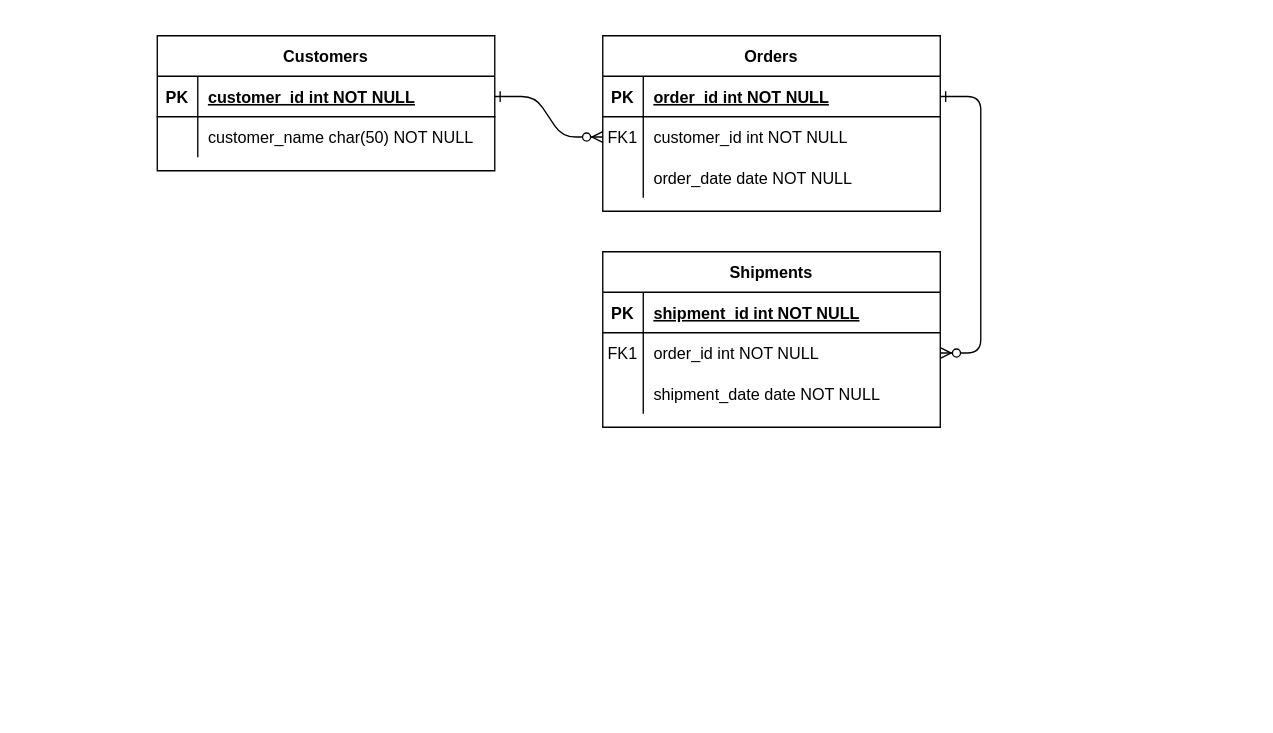
This is DiagramaER.drawio from Cesarflores123/AppCelex, a draw.io file, before an edit. Source tidied: cells renumbered, new cells numbered last; positions are measured from the earlier drawing's top-left corner, leaving out a move shared by most shapes. Both pictures are drawn from the tidied source at 135%, with x=0, y=0 at pixel (157, 35).
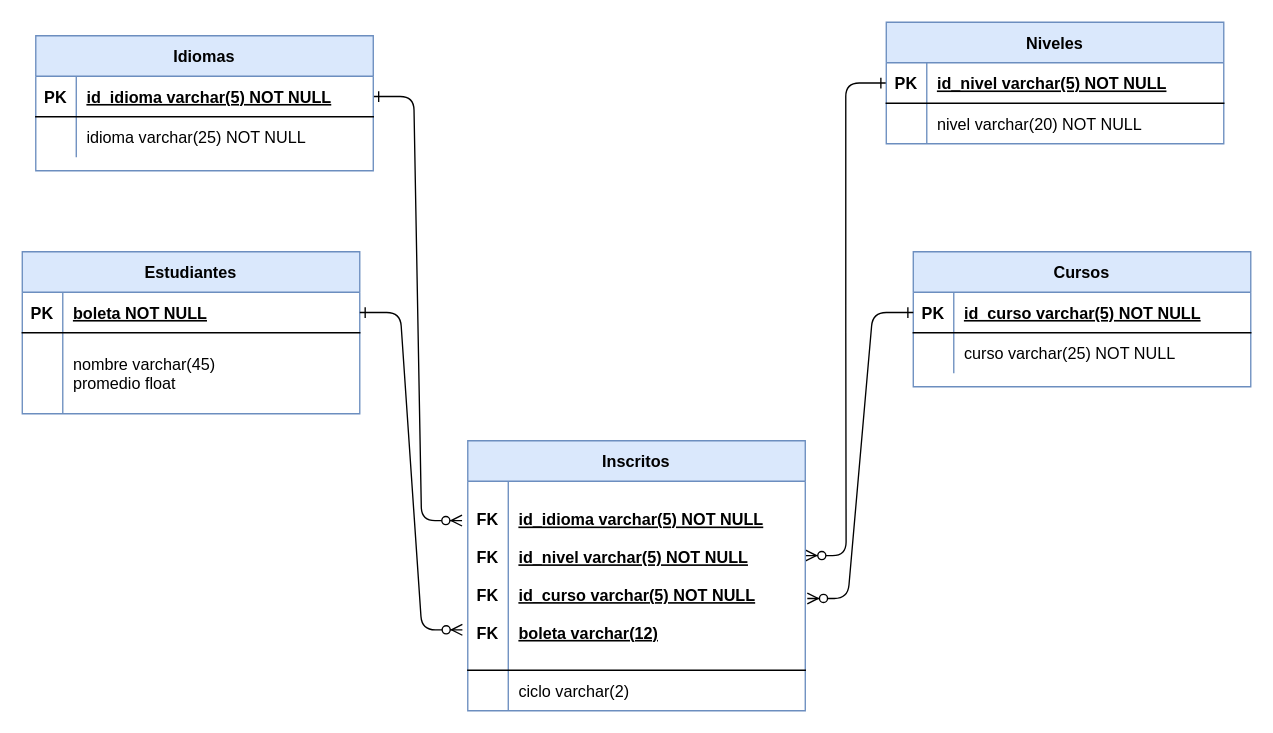
Above is the later version.

Unchanged cells that the change refers to:
```xml
<mxCell id="5" style="shape=partialRectangle;fillColor=none;points=[[0,0.5],[1,0.5]];portConstraint=eastwest;top=0;left=0;right=0;bottom=1;" parent="4" vertex="1">
  <mxGeometry y="30" width="250" height="30" as="geometry" />
</mxCell>
<mxCell id="8" style="shape=partialRectangle;fillColor=none;points=[[0,0.5],[1,0.5]];portConstraint=eastwest;top=0;left=0;right=0;bottom=0;" parent="4" vertex="1">
  <mxGeometry y="60" width="250" height="30" as="geometry" />
</mxCell>
<mxCell id="15" style="shape=partialRectangle;fillColor=none;points=[[0,0.5],[1,0.5]];portConstraint=eastwest;top=0;left=0;right=0;bottom=1;" parent="14" vertex="1">
  <mxGeometry y="30" width="250" height="30" as="geometry" />
</mxCell>
<mxCell id="25" style="shape=partialRectangle;fillColor=none;points=[[0,0.5],[1,0.5]];portConstraint=eastwest;top=0;left=0;right=0;bottom=1;" parent="24" vertex="1">
  <mxGeometry y="30" width="250" height="30" as="geometry" />
</mxCell>
<mxCell id="28" style="shape=partialRectangle;fillColor=none;top=0;left=0;right=0;bottom=0;" parent="24" vertex="1">
  <mxGeometry y="60" width="250" height="30" as="geometry" />
</mxCell>
```

What changed in the source:
```diff
@@
-    <mxCell id="2" style="edgeStyle=entityRelationEdgeStyle;endArrow=ERzeroToMany;startArrow=ERone;endFill=1;startFill=0;" parent="1" edge="1" source="25" target="8">
-      <mxGeometry relative="1" as="geometry" />
+    <mxCell id="2" style="edgeStyle=entityRelationEdgeStyle;endArrow=ERzeroToMany;startArrow=ERone;endFill=1;startFill=0;entryX=-0.017;entryY=0.208;entryDx=0;entryDy=0;entryPerimeter=0;" parent="1" edge="1" source="25" target="39">
+      <mxGeometry relative="1" as="geometry">
+        <Array as="points">
+          <mxPoint x="210" y="60" />
+          <mxPoint x="230" y="130" />
+          <mxPoint x="250" y="70" />
+          <mxPoint x="290" y="110" />
+          <mxPoint x="210" y="280" />
+        </Array>
+      </mxGeometry>
     </mxCell>
-    <mxCell id="3" style="edgeStyle=entityRelationEdgeStyle;endArrow=ERzeroToMany;startArrow=ERone;endFill=1;startFill=0;" parent="1" edge="1" source="5" target="18">
-      <mxGeometry relative="1" as="geometry" />
+    <mxCell id="3" style="edgeStyle=entityRelationEdgeStyle;endArrow=ERzeroToMany;startArrow=ERone;endFill=1;startFill=0;entryX=1.001;entryY=0.393;entryDx=0;entryDy=0;entryPerimeter=0;exitX=0;exitY=0.5;exitDx=0;exitDy=0;" parent="1" edge="1" source="5" target="39">
+      <mxGeometry relative="1" as="geometry">
+        <Array as="points">
+          <mxPoint x="420" y="140" />
+        </Array>
+      </mxGeometry>
     </mxCell>
-    <mxCell id="4" value="Orders" style="shape=table;startSize=30;childLayout=tableLayout;rowLines=0;fontStyle=1;align=center;" parent="1" vertex="1">
-      <mxGeometry x="330" width="250" height="130" as="geometry" />
+    <mxCell id="4" value="Niveles" style="shape=table;startSize=30;childLayout=tableLayout;rowLines=0;fontStyle=1;align=center;fillColor=#dae8fc;strokeColor=#6c8ebf;" parent="1" vertex="1">
+      <mxGeometry x="540" y="-10" width="250" height="90" as="geometry" />
     </mxCell>
@@
-    <mxCell id="7" value="order_id int NOT NULL " style="shape=partialRectangle;overflow=hidden;fillColor=none;top=0;left=0;bottom=0;right=0;align=left;spacingLeft=6;fontStyle=5;" parent="5" vertex="1">
+    <mxCell id="7" value="id_nivel varchar(5) NOT NULL " style="shape=partialRectangle;overflow=hidden;fillColor=none;top=0;left=0;bottom=0;right=0;align=left;spacingLeft=6;fontStyle=5;" parent="5" vertex="1">
       <mxGeometry x="30" width="220" height="30" as="geometry" />
     </mxCell>
@@
-    <mxCell id="9" value="FK1" style="shape=partialRectangle;overflow=hidden;fillColor=none;top=0;left=0;bottom=0;right=0;" parent="8" vertex="1">
+    <mxCell id="9" style="shape=partialRectangle;overflow=hidden;fillColor=none;top=0;left=0;bottom=0;right=0;" parent="8" vertex="1">
       <mxGeometry width="30" height="30" as="geometry" />
     </mxCell>
-    <mxCell id="10" value="customer_id int NOT NULL" style="shape=partialRectangle;overflow=hidden;fillColor=none;top=0;left=0;bottom=0;right=0;align=left;spacingLeft=6;" parent="8" vertex="1">
+    <mxCell id="10" value="nivel varchar(20) NOT NULL" style="shape=partialRectangle;overflow=hidden;fillColor=none;top=0;left=0;bottom=0;right=0;align=left;spacingLeft=6;" parent="8" vertex="1">
       <mxGeometry x="30" width="220" height="30" as="geometry" />
     </mxCell>
-    <mxCell id="11" style="shape=partialRectangle;fillColor=none;top=0;left=0;right=0;bottom=0;" parent="4" vertex="1">
-      <mxGeometry y="90" width="250" height="30" as="geometry" />
-    </mxCell>
-    <mxCell id="12" style="shape=partialRectangle;overflow=hidden;fillColor=none;top=0;left=0;bottom=0;right=0;" parent="11" vertex="1">
-      <mxGeometry width="30" height="30" as="geometry" />
-    </mxCell>
-    <mxCell id="13" value="order_date date NOT NULL" style="shape=partialRectangle;overflow=hidden;fillColor=none;top=0;left=0;bottom=0;right=0;align=left;spacingLeft=6;" parent="11" vertex="1">
-      <mxGeometry x="30" width="220" height="30" as="geometry" />
-    </mxCell>
-    <mxCell id="14" value="Shipments" style="shape=table;startSize=30;childLayout=tableLayout;rowLines=0;fontStyle=1;align=center;" parent="1" vertex="1">
-      <mxGeometry x="330" y="160" width="250" height="130" as="geometry" />
+    <mxCell id="14" value="Cursos" style="shape=table;startSize=30;childLayout=tableLayout;rowLines=0;fontStyle=1;align=center;fillColor=#dae8fc;strokeColor=#6c8ebf;" parent="1" vertex="1">
+      <mxGeometry x="560" y="160" width="250" height="100" as="geometry" />
     </mxCell>
@@
-    <mxCell id="17" value="shipment_id int NOT NULL " style="shape=partialRectangle;overflow=hidden;fillColor=none;top=0;left=0;bottom=0;right=0;align=left;spacingLeft=6;fontStyle=5;" parent="15" vertex="1">
+    <mxCell id="17" value="id_curso varchar(5) NOT NULL" style="shape=partialRectangle;overflow=hidden;fillColor=none;top=0;left=0;bottom=0;right=0;align=left;spacingLeft=6;fontStyle=5;" parent="15" vertex="1">
       <mxGeometry x="30" width="220" height="30" as="geometry" />
     </mxCell>
-    <mxCell id="18" style="shape=partialRectangle;fillColor=none;points=[[0,0.5],[1,0.5]];portConstraint=eastwest;top=0;left=0;right=0;bottom=0;" parent="14" vertex="1">
-      <mxGeometry y="60" width="250" height="30" as="geometry" />
-    </mxCell>
-    <mxCell id="19" value="FK1" style="shape=partialRectangle;overflow=hidden;fillColor=none;top=0;left=0;bottom=0;right=0;" parent="18" vertex="1">
-      <mxGeometry width="30" height="30" as="geometry" />
-    </mxCell>
-    <mxCell id="20" value="order_id int NOT NULL" style="shape=partialRectangle;overflow=hidden;fillColor=none;top=0;left=0;bottom=0;right=0;align=left;spacingLeft=6;" parent="18" vertex="1">
-      <mxGeometry x="30" width="220" height="30" as="geometry" />
-    </mxCell>
     <mxCell id="21" style="shape=partialRectangle;fillColor=none;top=0;left=0;right=0;bottom=0;" parent="14" vertex="1">
-      <mxGeometry y="90" width="250" height="30" as="geometry" />
+      <mxGeometry y="60" width="250" height="30" as="geometry" />
     </mxCell>
@@
-    <mxCell id="23" value="shipment_date date NOT NULL" style="shape=partialRectangle;overflow=hidden;fillColor=none;top=0;left=0;bottom=0;right=0;align=left;spacingLeft=6;" parent="21" vertex="1">
+    <mxCell id="23" value="curso varchar(25) NOT NULL" style="shape=partialRectangle;overflow=hidden;fillColor=none;top=0;left=0;bottom=0;right=0;align=left;spacingLeft=6;" parent="21" vertex="1">
       <mxGeometry x="30" width="220" height="30" as="geometry" />
     </mxCell>
-    <mxCell id="24" value="Customers" style="shape=table;startSize=30;childLayout=tableLayout;rowLines=0;fontStyle=1;align=center;" parent="1" vertex="1">
-      <mxGeometry width="250" height="100" as="geometry" />
+    <mxCell id="24" value="Idiomas" style="shape=table;startSize=30;childLayout=tableLayout;rowLines=0;fontStyle=1;align=center;fillColor=#dae8fc;strokeColor=#6c8ebf;" parent="1" vertex="1">
+      <mxGeometry x="-90" width="250" height="100" as="geometry" />
     </mxCell>
@@
-    <mxCell id="27" value="customer_id int NOT NULL " style="shape=partialRectangle;overflow=hidden;fillColor=none;top=0;left=0;bottom=0;right=0;align=left;spacingLeft=6;fontStyle=5;" parent="25" vertex="1">
+    <mxCell id="27" value="id_idioma varchar(5) NOT NULL" style="shape=partialRectangle;overflow=hidden;fillColor=none;top=0;left=0;bottom=0;right=0;align=left;spacingLeft=6;fontStyle=5;" parent="25" vertex="1">
       <mxGeometry x="30" width="220" height="30" as="geometry" />
     </mxCell>
@@
-    <mxCell id="30" value="customer_name char(50) NOT NULL" style="shape=partialRectangle;overflow=hidden;fillColor=none;top=0;left=0;bottom=0;right=0;align=left;spacingLeft=6;" parent="28" vertex="1">
+    <mxCell id="30" value="idioma varchar(25) NOT NULL" style="shape=partialRectangle;overflow=hidden;fillColor=none;top=0;left=0;bottom=0;right=0;align=left;spacingLeft=6;" parent="28" vertex="1">
       <mxGeometry x="30" width="220" height="30" as="geometry" />
     </mxCell>
+    <mxCell id="31" value="Estudiantes" style="shape=table;startSize=30;childLayout=tableLayout;rowLines=0;fontStyle=1;align=center;fillColor=#dae8fc;strokeColor=#6c8ebf;" parent="1" vertex="1">
+      <mxGeometry x="-100" y="160" width="250" height="120" as="geometry" />
+    </mxCell>
+    <mxCell id="32" style="shape=partialRectangle;fillColor=none;points=[[0,0.5],[1,0.5]];portConstraint=eastwest;top=0;left=0;right=0;bottom=1;" parent="31" vertex="1">
+      <mxGeometry y="30" width="250" height="30" as="geometry" />
+    </mxCell>
+    <mxCell id="33" value="PK" style="shape=partialRectangle;overflow=hidden;fillColor=none;top=0;left=0;bottom=0;right=0;fontStyle=1;" parent="32" vertex="1">
+      <mxGeometry width="30" height="30" as="geometry" />
+    </mxCell>
+    <mxCell id="34" value="boleta NOT NULL" style="shape=partialRectangle;overflow=hidden;fillColor=none;top=0;left=0;bottom=0;right=0;align=left;spacingLeft=6;fontStyle=5;" parent="32" vertex="1">
+      <mxGeometry x="30" width="220" height="30" as="geometry" />
+    </mxCell>
+    <mxCell id="35" style="shape=partialRectangle;fillColor=none;top=0;left=0;right=0;bottom=0;" parent="31" vertex="1">
+      <mxGeometry y="60" width="250" height="60" as="geometry" />
+    </mxCell>
+    <mxCell id="36" style="shape=partialRectangle;overflow=hidden;fillColor=none;top=0;left=0;bottom=0;right=0;" parent="35" vertex="1">
+      <mxGeometry width="30" height="60" as="geometry" />
+    </mxCell>
+    <mxCell id="37" value="nombre varchar(45)&#10;promedio float" style="shape=partialRectangle;overflow=hidden;fillColor=none;top=0;left=0;bottom=0;right=0;align=left;spacingLeft=6;" parent="35" vertex="1">
+      <mxGeometry x="30" width="220" height="60" as="geometry" />
+    </mxCell>
+    <mxCell id="38" value="Inscritos" style="shape=table;startSize=30;childLayout=tableLayout;rowLines=0;fontStyle=1;align=center;fillColor=#dae8fc;strokeColor=#6c8ebf;" parent="1" vertex="1">
+      <mxGeometry x="230" y="300" width="250" height="200" as="geometry" />
+    </mxCell>
+    <mxCell id="39" style="shape=partialRectangle;fillColor=none;points=[[0,0.5],[1,0.5]];portConstraint=eastwest;top=0;left=0;right=0;bottom=1;" parent="38" vertex="1">
+      <mxGeometry y="30" width="250" height="140" as="geometry" />
+    </mxCell>
+    <mxCell id="40" value="FK&#10;&#10;FK&#10;&#10;FK&#10;&#10;FK" style="shape=partialRectangle;overflow=hidden;fillColor=none;top=0;left=0;bottom=0;right=0;fontStyle=1;" parent="39" vertex="1">
+      <mxGeometry width="30" height="140" as="geometry" />
+    </mxCell>
+    <mxCell id="41" value="id_idioma varchar(5) NOT NULL&#10;&#10;id_nivel varchar(5) NOT NULL&#10;&#10;id_curso varchar(5) NOT NULL&#10;&#10;boleta varchar(12)" style="shape=partialRectangle;overflow=hidden;fillColor=none;top=0;left=0;bottom=0;right=0;align=left;spacingLeft=6;fontStyle=5;" parent="39" vertex="1">
+      <mxGeometry x="30" width="220" height="140" as="geometry" />
+    </mxCell>
+    <mxCell id="42" style="shape=partialRectangle;fillColor=none;top=0;left=0;right=0;bottom=0;" parent="38" vertex="1">
+      <mxGeometry y="170" width="250" height="30" as="geometry" />
+    </mxCell>
+    <mxCell id="12" style="shape=partialRectangle;overflow=hidden;fillColor=none;top=0;left=0;bottom=0;right=0;" parent="42" vertex="1">
+      <mxGeometry width="30" height="30" as="geometry" />
+    </mxCell>
+    <mxCell id="43" value="ciclo varchar(2)" style="shape=partialRectangle;overflow=hidden;fillColor=none;top=0;left=0;bottom=0;right=0;align=left;spacingLeft=6;" parent="42" vertex="1">
+      <mxGeometry x="30" width="220" height="30" as="geometry" />
+    </mxCell>
+    <mxCell id="44" style="edgeStyle=entityRelationEdgeStyle;endArrow=ERzeroToMany;startArrow=ERone;endFill=1;startFill=0;entryX=1.006;entryY=0.62;entryDx=0;entryDy=0;entryPerimeter=0;exitX=0;exitY=0.5;exitDx=0;exitDy=0;" parent="1" edge="1" source="15" target="39">
+      <mxGeometry relative="1" as="geometry">
+        <Array as="points">
+          <mxPoint x="430" y="150" />
+          <mxPoint x="530" y="260" />
+        </Array>
+      </mxGeometry>
+    </mxCell>
+    <mxCell id="45" style="edgeStyle=entityRelationEdgeStyle;endArrow=ERzeroToMany;startArrow=ERone;endFill=1;startFill=0;entryX=-0.016;entryY=0.786;entryDx=0;entryDy=0;entryPerimeter=0;" parent="1" edge="1" source="32" target="39">
+      <mxGeometry relative="1" as="geometry">
+        <Array as="points">
+          <mxPoint x="210" y="225" />
+          <mxPoint x="230" y="295" />
+          <mxPoint x="250" y="235" />
+          <mxPoint x="290" y="275" />
+          <mxPoint x="210" y="445" />
+        </Array>
+      </mxGeometry>
+    </mxCell>
```
